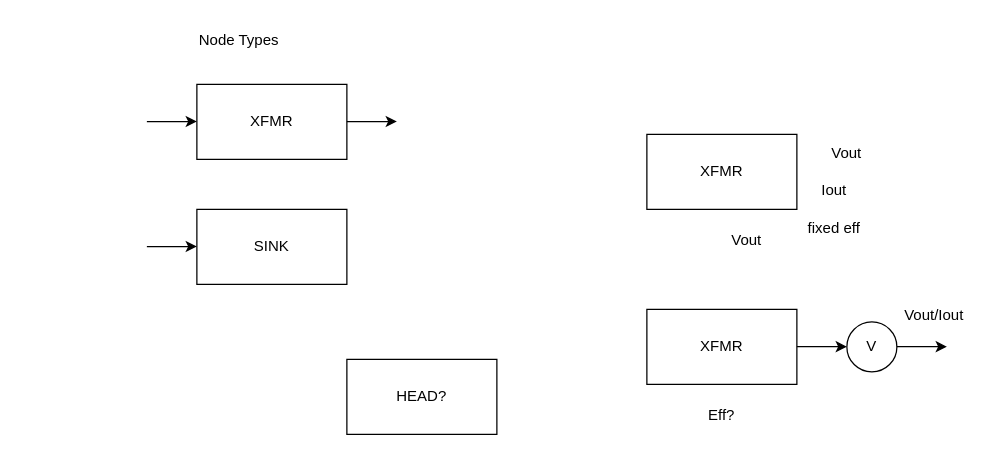
Above: page "Page-1" (1 of 2) of diagrams/diagrams.dio in sagrpatl/spycey (draw.io), before the change. Source tidied: cells renumbered, new cells numbered last; positions are measured from the earlier drawing's top-left corner, leaving out a move shared by most shapes. Both pictures are drawn from the tidied source at 125%, with x=0, y=0 at pixel (146, 21).
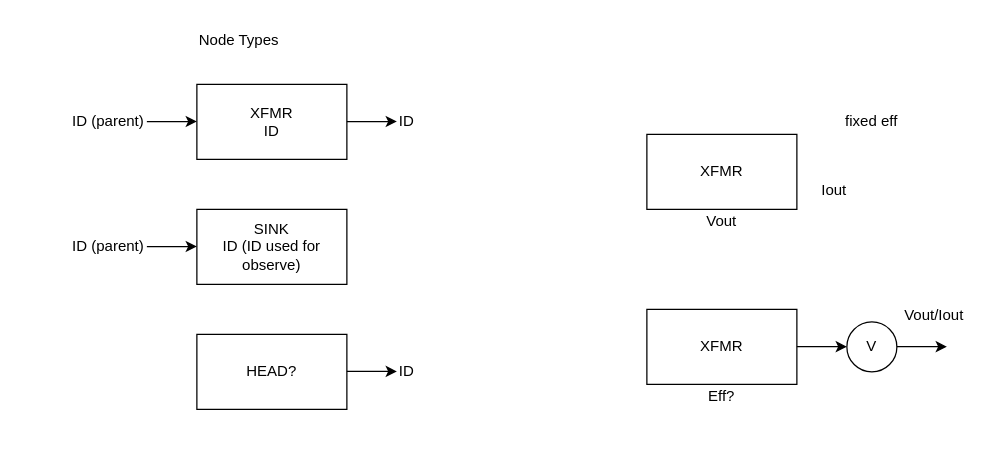
Above is the later version.

Diff of the diagram source:
```diff
@@
-    <mxCell id="2" value="XFMR" style="rounded=0;whiteSpace=wrap;html=1;" parent="1" vertex="1">
+    <mxCell id="2" value="XFMR&lt;br&gt;ID" style="rounded=0;whiteSpace=wrap;html=1;" parent="1" vertex="1">
       <mxGeometry x="40" y="50" width="120" height="60" as="geometry" />
     </mxCell>
@@
-    <mxCell id="4" value="SINK" style="rounded=0;whiteSpace=wrap;html=1;" parent="1" vertex="1">
+    <mxCell id="4" value="SINK&lt;br&gt;ID (ID used for observe)" style="rounded=0;whiteSpace=wrap;html=1;" parent="1" vertex="1">
       <mxGeometry x="40" y="150" width="120" height="60" as="geometry" />
     </mxCell>
@@
     <mxCell id="9" value="HEAD?" style="rounded=0;whiteSpace=wrap;html=1;" parent="1" vertex="1">
-      <mxGeometry x="160" y="270" width="120" height="60" as="geometry" />
+      <mxGeometry x="40" y="250" width="120" height="60" as="geometry" />
     </mxCell>
@@
     <mxCell id="14" value="Eff?" style="text;html=1;strokeColor=none;fillColor=none;align=center;verticalAlign=middle;whiteSpace=wrap;rounded=0;" parent="1" vertex="1">
-      <mxGeometry x="400" y="300" width="120" height="30" as="geometry" />
+      <mxGeometry x="400" y="290" width="120" height="20" as="geometry" />
     </mxCell>
@@
-    <mxCell id="17" value="Vout" style="text;html=1;strokeColor=none;fillColor=none;align=center;verticalAlign=middle;whiteSpace=wrap;rounded=0;" parent="1" vertex="1">
-      <mxGeometry x="530" y="90" width="60" height="30" as="geometry" />
+    <mxCell id="17" value="ID" style="text;html=1;strokeColor=none;fillColor=none;align=left;verticalAlign=middle;whiteSpace=wrap;rounded=0;" parent="1" vertex="1">
+      <mxGeometry x="200" y="62.5" width="60" height="35" as="geometry" />
     </mxCell>
     <mxCell id="18" value="fixed eff" style="text;html=1;strokeColor=none;fillColor=none;align=center;verticalAlign=middle;whiteSpace=wrap;rounded=0;" parent="1" vertex="1">
-      <mxGeometry x="520" y="150" width="60" height="30" as="geometry" />
+      <mxGeometry x="550" y="65" width="60" height="30" as="geometry" />
     </mxCell>
     <mxCell id="19" value="Vout" style="text;html=1;strokeColor=none;fillColor=none;align=center;verticalAlign=middle;whiteSpace=wrap;rounded=0;" parent="1" vertex="1">
-      <mxGeometry x="450" y="160" width="60" height="30" as="geometry" />
+      <mxGeometry x="400" y="150" width="120" height="20" as="geometry" />
     </mxCell>
+    <mxCell id="20" value="ID (parent)" style="text;html=1;strokeColor=none;fillColor=none;align=right;verticalAlign=middle;whiteSpace=wrap;rounded=0;" parent="1" vertex="1">
+      <mxGeometry x="-100" y="65" width="100" height="30" as="geometry" />
+    </mxCell>
+    <mxCell id="21" value="ID" style="text;html=1;strokeColor=none;fillColor=none;align=left;verticalAlign=middle;whiteSpace=wrap;rounded=0;" parent="1" vertex="1">
+      <mxGeometry x="200" y="262.5" width="50" height="35" as="geometry" />
+    </mxCell>
+    <mxCell id="22" value="ID (parent)" style="text;html=1;strokeColor=none;fillColor=none;align=right;verticalAlign=middle;whiteSpace=wrap;rounded=0;" parent="1" vertex="1">
+      <mxGeometry x="-100" y="165" width="100" height="30" as="geometry" />
+    </mxCell>
+    <mxCell id="23" style="endArrow=classic;html=1;" parent="1" edge="1">
+      <mxGeometry relative="1" as="geometry">
+        <mxPoint x="160" y="279.6" as="sourcePoint" />
+        <mxPoint x="200" y="279.6" as="targetPoint" />
+      </mxGeometry>
+    </mxCell>
```
